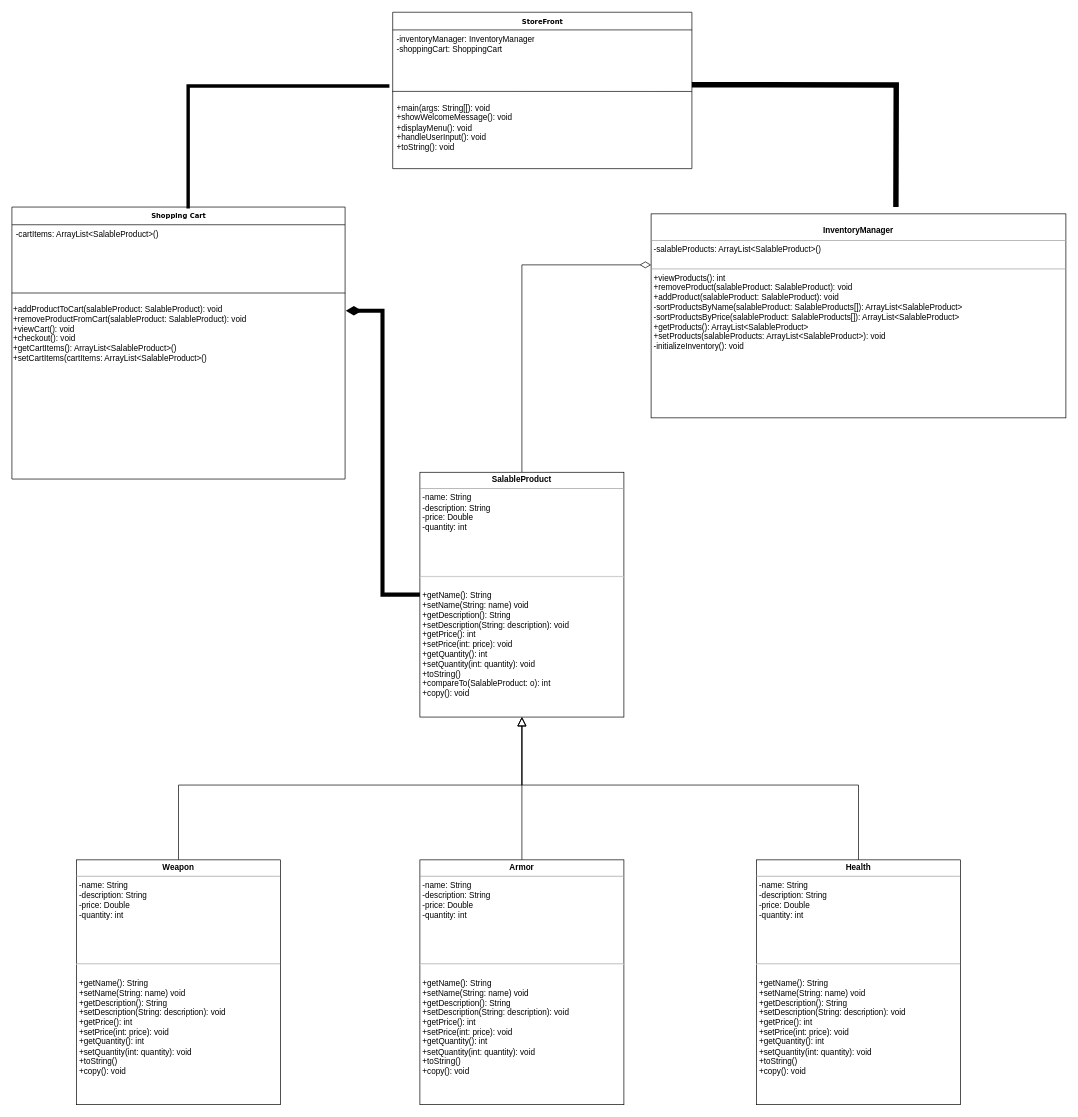
Before: Toni's Store.drawio in toniomon96/grad_school, a draw.io diagram. Source tidied: cells renumbered, new cells numbered last; positions are measured from the earlier drawing's top-left corner, leaving out a move shared by most shapes. Both pictures are drawn from the tidied source at 68%, with x=0, y=0 at pixel (12, 12).
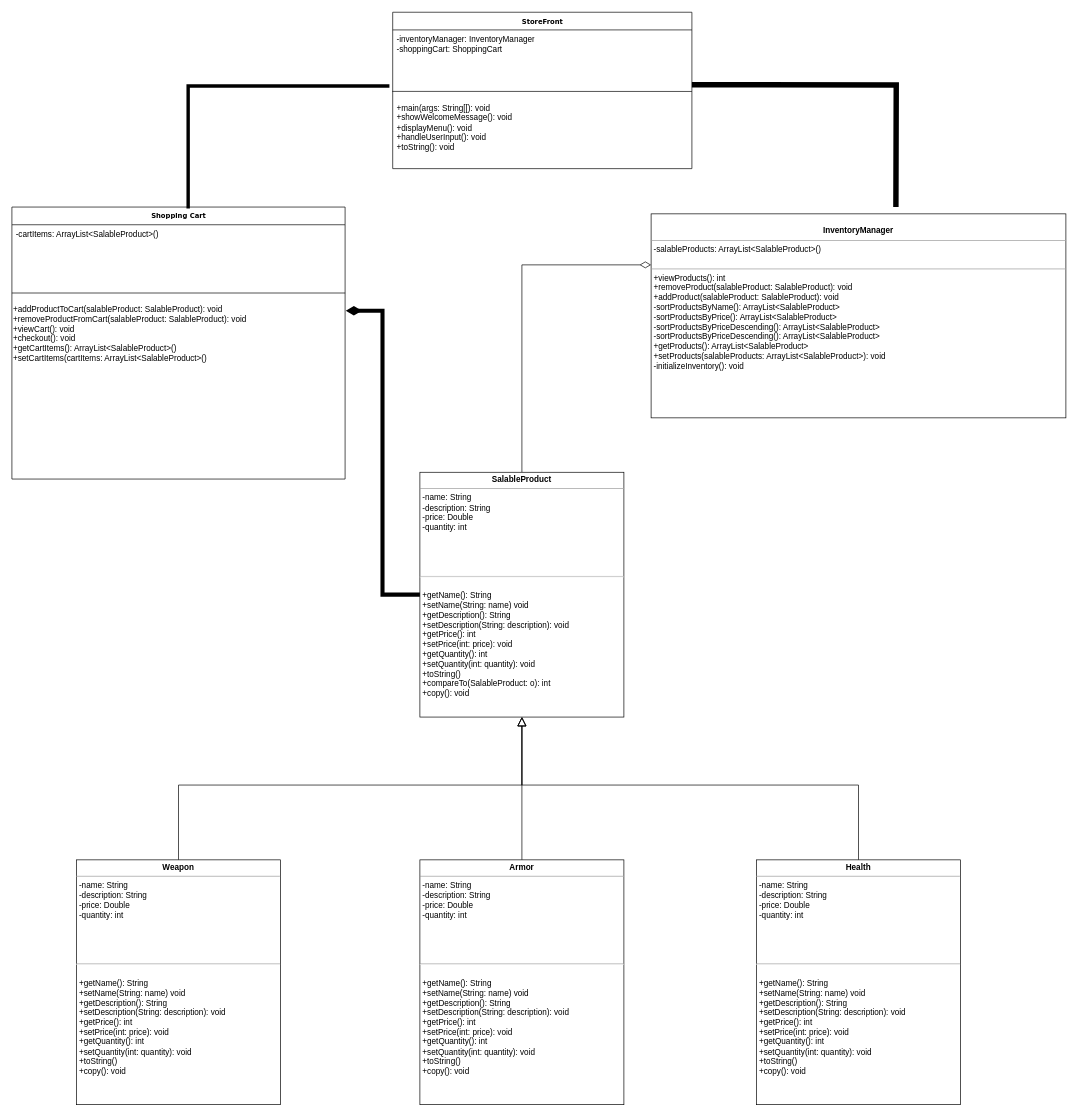
The same page after the edit.

Change to the diagram source:
```diff
@@
-    <mxCell id="9" value="&lt;p style=&quot;margin:0px;margin-top:4px;text-align:center;&quot;&gt;&lt;br&gt;&lt;b&gt;InventoryManager&lt;/b&gt;&lt;/p&gt;&lt;hr size=&quot;1&quot;&gt;&lt;p style=&quot;margin:0px;margin-left:4px;&quot;&gt;-salableProducts: ArrayList&amp;lt;SalableProduct&amp;gt;()&lt;br&gt;&lt;br&gt;&lt;/p&gt;&lt;hr size=&quot;1&quot;&gt;&lt;p style=&quot;margin:0px;margin-left:4px;&quot;&gt;+viewProducts(): int&lt;br&gt;+removeProduct(salableProduct: SalableProduct): void&lt;/p&gt;&lt;p style=&quot;margin:0px;margin-left:4px;&quot;&gt;+addProduct(salableProduct: SalableProduct): void&lt;/p&gt;&lt;p style=&quot;margin:0px;margin-left:4px;&quot;&gt;-sortProductsByName(salableProduct: SalableProducts[]): ArrayList&amp;lt;SalableProduct&amp;gt;&lt;/p&gt;&lt;p style=&quot;margin:0px;margin-left:4px;&quot;&gt;&lt;span style=&quot;background-color: initial;&quot;&gt;-sortProductsByPrice(salableProduct: SalableProducts[]): ArrayList&amp;lt;SalableProduct&amp;gt;&lt;/span&gt;&lt;/p&gt;&lt;p style=&quot;margin:0px;margin-left:4px;&quot;&gt;&lt;span style=&quot;background-color: initial;&quot;&gt;+getProducts(): ArrayList&amp;lt;SalableProduct&amp;gt;&lt;/span&gt;&lt;/p&gt;&lt;p style=&quot;margin:0px;margin-left:4px;&quot;&gt;&lt;span style=&quot;background-color: initial;&quot;&gt;+setProducts(salableProducts: ArrayList&amp;lt;SalableProduct&amp;gt;): void&lt;/span&gt;&lt;/p&gt;&lt;p style=&quot;margin:0px;margin-left:4px;&quot;&gt;-initializeInventory(): void&lt;/p&gt;" style="verticalAlign=top;align=left;overflow=fill;fontSize=12;fontFamily=Helvetica;html=1;rounded=0;shadow=0;comic=0;labelBackgroundColor=none;strokeWidth=1;" parent="1" vertex="1">
+    <mxCell id="9" value="&lt;p style=&quot;margin:0px;margin-top:4px;text-align:center;&quot;&gt;&lt;br&gt;&lt;b&gt;InventoryManager&lt;/b&gt;&lt;/p&gt;&lt;hr size=&quot;1&quot;&gt;&lt;p style=&quot;margin:0px;margin-left:4px;&quot;&gt;-salableProducts: ArrayList&amp;lt;SalableProduct&amp;gt;()&lt;br&gt;&lt;br&gt;&lt;/p&gt;&lt;hr size=&quot;1&quot;&gt;&lt;p style=&quot;margin:0px;margin-left:4px;&quot;&gt;+viewProducts(): int&lt;br&gt;+removeProduct(salableProduct: SalableProduct): void&lt;/p&gt;&lt;p style=&quot;margin:0px;margin-left:4px;&quot;&gt;+addProduct(salableProduct: SalableProduct): void&lt;/p&gt;&lt;p style=&quot;margin:0px;margin-left:4px;&quot;&gt;-sortProductsByName(): ArrayList&amp;lt;SalableProduct&amp;gt;&lt;/p&gt;&lt;p style=&quot;margin:0px;margin-left:4px;&quot;&gt;&lt;span style=&quot;background-color: initial;&quot;&gt;-sortProductsByPrice(): ArrayList&amp;lt;SalableProduct&amp;gt;&lt;/span&gt;&lt;/p&gt;&lt;p style=&quot;margin:0px;margin-left:4px;&quot;&gt;-sortProductsByPriceDescending(): ArrayList&amp;lt;SalableProduct&amp;gt;&lt;span style=&quot;background-color: initial;&quot;&gt;&lt;br&gt;&lt;/span&gt;&lt;/p&gt;&lt;p style=&quot;margin:0px;margin-left:4px;&quot;&gt;-sortProductsByPriceDescending(): ArrayList&amp;lt;SalableProduct&amp;gt;&lt;br&gt;&lt;/p&gt;&lt;p style=&quot;margin:0px;margin-left:4px;&quot;&gt;&lt;span style=&quot;background-color: initial;&quot;&gt;+getProducts(): ArrayList&amp;lt;SalableProduct&amp;gt;&lt;/span&gt;&lt;/p&gt;&lt;p style=&quot;margin:0px;margin-left:4px;&quot;&gt;&lt;span style=&quot;background-color: initial;&quot;&gt;+setProducts(salableProducts: ArrayList&amp;lt;SalableProduct&amp;gt;): void&lt;/span&gt;&lt;/p&gt;&lt;p style=&quot;margin:0px;margin-left:4px;&quot;&gt;-initializeInventory(): void&lt;/p&gt;" style="verticalAlign=top;align=left;overflow=fill;fontSize=12;fontFamily=Helvetica;html=1;rounded=0;shadow=0;comic=0;labelBackgroundColor=none;strokeWidth=1;" parent="1" vertex="1">
       <mxGeometry x="940" y="296" width="610" height="300" as="geometry" />
     </mxCell>
```
